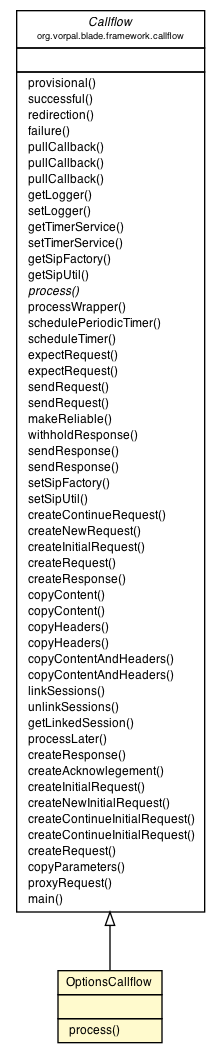
Before: blade/vorpal-blade-options/org/vorpal/blade/services/options/OptionsCallflow.png, a diagram exported from Graphviz (vorpalnet/vorpalnet.github.io). Its source is kept beside it as blade/vorpal-blade-options/org/vorpal/blade/services/options/OptionsCallflow.dot.
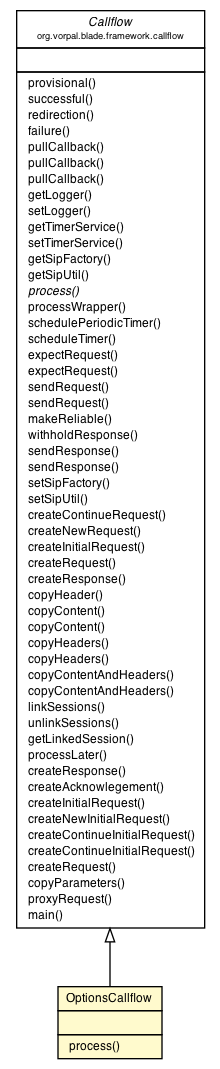
After the commit.

Diff of the diagram source:
```diff
@@ -4,7 +4,7 @@
 	node [fontname="Helvetica",fontsize=10,shape=plaintext];
 	nodesep=0.25;
 	ranksep=0.5;
-	c35 [label=<<table title="org.vorpal.blade.services.options.OptionsCallflow" border="0" cellborder="1" cellspacing="0" cellpadding="2" port="p" bgcolor="lemonChiffon" href="./OptionsCallflow.html">
+	c36 [label=<<table title="org.vorpal.blade.services.options.OptionsCallflow" border="0" cellborder="1" cellspacing="0" cellpadding="2" port="p" bgcolor="lemonChiffon" href="./OptionsCallflow.html">
 		<tr><td><table border="0" cellspacing="0" cellpadding="1">
 <tr><td align="center" balign="center"> OptionsCallflow </td></tr>
 		</table></td></tr>
@@ -15,8 +15,8 @@
 <tr><td align="left" balign="left">  process() </td></tr>
 		</table></td></tr>
 		</table>>, fontname="Helvetica", fontcolor="black", fontsize=9.0];
-	c37:p -> c35:p [dir=back,arrowtail=empty];
-	c37 [label=<<table title="org.vorpal.blade.framework.callflow.Callflow" border="0" cellborder="1" cellspacing="0" cellpadding="2" port="p" href="http://java.sun.com/j2se/1.4.2/docs/api/org/vorpal/blade/framework/callflow/Callflow.html">
+	c38:p -> c36:p [dir=back,arrowtail=empty];
+	c38 [label=<<table title="org.vorpal.blade.framework.callflow.Callflow" border="0" cellborder="1" cellspacing="0" cellpadding="2" port="p" href="http://java.sun.com/j2se/1.4.2/docs/api/org/vorpal/blade/framework/callflow/Callflow.html">
 		<tr><td><table border="0" cellspacing="0" cellpadding="1">
 <tr><td align="center" balign="center"><font face="Helvetica-Oblique"> Callflow </font></td></tr>
 <tr><td align="center" balign="center"><font point-size="7.0"> org.vorpal.blade.framework.callflow </font></td></tr>
@@ -57,6 +57,7 @@
 <tr><td align="left" balign="left">  createInitialRequest() </td></tr>
 <tr><td align="left" balign="left">  createRequest() </td></tr>
 <tr><td align="left" balign="left">  createResponse() </td></tr>
+<tr><td align="left" balign="left">  copyHeader() </td></tr>
 <tr><td align="left" balign="left">  copyContent() </td></tr>
 <tr><td align="left" balign="left">  copyContent() </td></tr>
 <tr><td align="left" balign="left">  copyHeaders() </td></tr>
```
